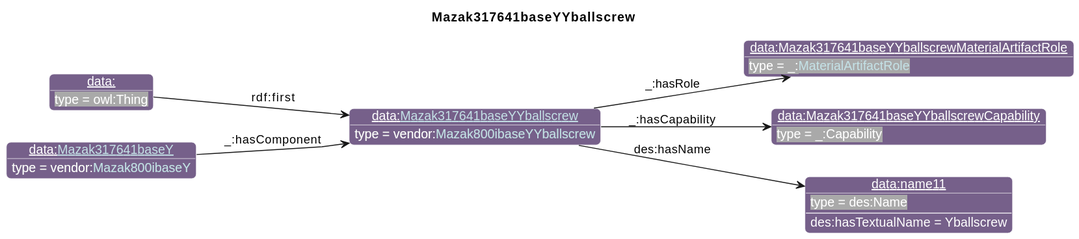
This is diagrams/Mazak317641baseYYballscrew.svg from iofoundry/example-syseng-mtconnect, a PlantUML export, as it was before one commit.
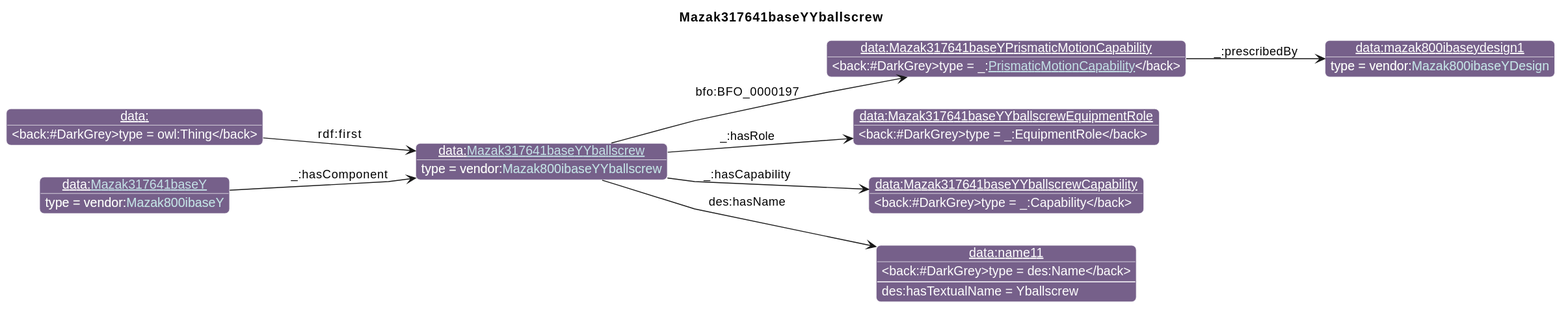
After the commit.

Diff of the diagram source:
```diff
@@ -26,15 +26,19 @@
                       "qp":"641B2E"
       }
 individual(o0, data:[[./Mazak317641baseYYballscrew.html Mazak317641baseYYballscrew]], vendor:[[../Mazak.html#Mazak800ibaseYYballscrew Mazak800ibaseYYballscrew]])
-individual(o1, data:Mazak317641baseYYballscrewMaterialArtifactRole, _:[[../MTConnect.html#MaterialArtifactRole MaterialArtifactRole]])
-individual(o2, data:Mazak317641baseYYballscrewCapability, _:Capability)
-individual(o3, data:name11, des:Name)
-individual(o4, data:, owl:Thing)
-individual(o5, data:[[./Mazak317641baseY.html Mazak317641baseY]], vendor:[[../Mazak.html#Mazak800ibaseY Mazak800ibaseY]])
-property(o0, "_:hasRole", o1)
-property(o0, "_:hasCapability", o2)
-property(o0, "des:hasName", o3)
-data(o3, "des:hasTextualName", "Yballscrew")
-property(o4, "rdf:first", o0)
-property(o5, "_:hasComponent", o0)
+individual(o1, data:Mazak317641baseYPrismaticMotionCapability, _:[[../MTConnect.html#PrismaticMotionCapability PrismaticMotionCapability]])
+individual(o2, data:mazak800ibaseydesign1, vendor:[[../Mazak.html#Mazak800ibaseYDesign Mazak800ibaseYDesign]])
+individual(o3, data:Mazak317641baseYYballscrewEquipmentRole, _:EquipmentRole)
+individual(o4, data:Mazak317641baseYYballscrewCapability, _:Capability)
+individual(o5, data:name11, des:Name)
+individual(o6, data:, owl:Thing)
+individual(o7, data:[[./Mazak317641baseY.html Mazak317641baseY]], vendor:[[../Mazak.html#Mazak800ibaseY Mazak800ibaseY]])
+property(o0, "bfo:BFO_0000197", o1)
+property(o1, "_:prescribedBy", o2)
+property(o0, "_:hasRole", o3)
+property(o0, "_:hasCapability", o4)
+property(o0, "des:hasName", o5)
+data(o5, "des:hasTextualName", "Yballscrew")
+property(o6, "rdf:first", o0)
+property(o7, "_:hasComponent", o0)
 @enduml
```
